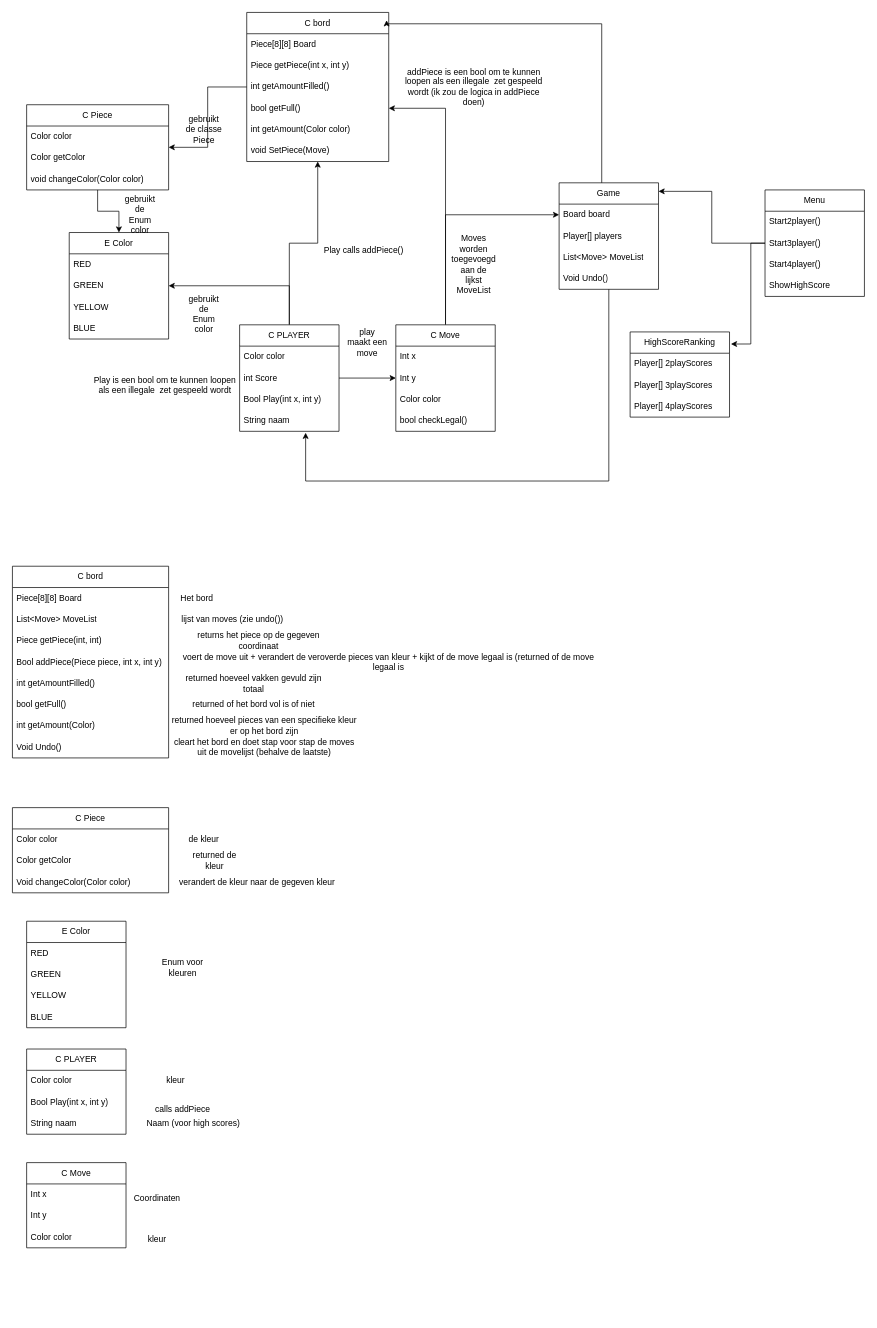
This is Diagram.drawio from kloktijd2/Project_Rollit, a draw.io file, before an edit. Source tidied: cells renumbered, new cells numbered last; positions are measured from the earlier drawing's top-left corner, leaving out a move shared by most shapes. Both pictures are drawn from the tidied source at 71%, with x=0, y=0 at pixel (12, 12).
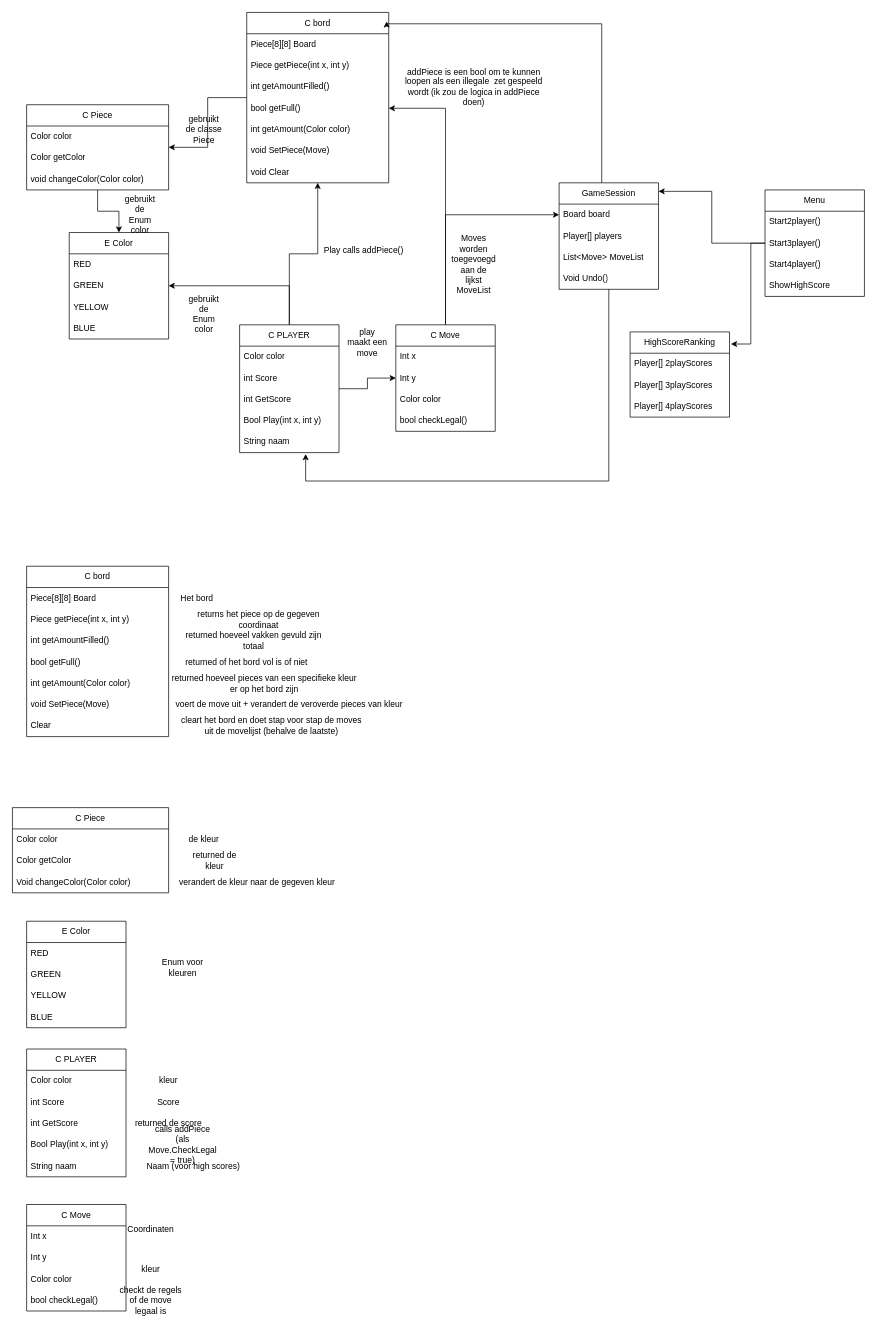
The same page after the edit.

Commit message:
Diagram.drawio bijwerken (nog voor peer tutoring)

What changed in the source:
```diff
@@
     <mxCell id="3" value="C bord" style="swimlane;fontStyle=0;horizontal=1;startSize=30;whiteSpace=wrap;html=1;" parent="1" vertex="1">
-      <mxGeometry x="330" width="200" height="210" as="geometry" />
+      <mxGeometry x="330" width="200" height="240" as="geometry" />
     </mxCell>
@@
+    <mxCell id="103" value="void Clear" style="text;strokeColor=none;fillColor=none;align=left;verticalAlign=middle;spacingLeft=4;spacingRight=4;overflow=hidden;whiteSpace=wrap;html=1;" parent="3" vertex="1">
+      <mxGeometry y="210" width="200" height="30" as="geometry" />
+    </mxCell>
@@
     <mxCell id="23" value="C PLAYER" style="swimlane;fontStyle=0;horizontal=1;startSize=30;whiteSpace=wrap;html=1;" parent="1" vertex="1">
-      <mxGeometry x="320" y="440" width="140" height="150" as="geometry" />
+      <mxGeometry x="320" y="440" width="140" height="180" as="geometry" />
     </mxCell>
@@
+    <mxCell id="104" value="int GetScore" style="text;strokeColor=none;fillColor=none;align=left;verticalAlign=middle;spacingLeft=4;spacingRight=4;overflow=hidden;whiteSpace=wrap;html=1;" parent="23" vertex="1">
+      <mxGeometry y="90" width="140" height="30" as="geometry" />
+    </mxCell>
     <mxCell id="26" value="Bool Play(int x, int y)" style="text;strokeColor=none;fillColor=none;align=left;verticalAlign=middle;spacingLeft=4;spacingRight=4;overflow=hidden;whiteSpace=wrap;html=1;" parent="23" vertex="1">
-      <mxGeometry y="90" width="140" height="30" as="geometry" />
+      <mxGeometry y="120" width="140" height="30" as="geometry" />
     </mxCell>
     <mxCell id="27" value="String naam" style="text;strokeColor=none;fillColor=none;align=left;verticalAlign=middle;spacingLeft=4;spacingRight=4;overflow=hidden;points=[[0,0.5],[1,0.5]];portConstraint=eastwest;whiteSpace=wrap;html=1;" parent="23" vertex="1">
-      <mxGeometry y="120" width="140" height="30" as="geometry" />
+      <mxGeometry y="150" width="140" height="30" as="geometry" />
     </mxCell>
-    <mxCell id="28" value="Play is een bool om te kunnen loopen als een illegale&amp;nbsp; zet gespeeld wordt" style="text;html=1;align=center;verticalAlign=middle;whiteSpace=wrap;rounded=0;" parent="1" vertex="1">
-      <mxGeometry x="110" y="510" width="210" height="30" as="geometry" />
-    </mxCell>
@@
-    <mxCell id="43" value="C bord" style="swimlane;fontStyle=0;horizontal=1;startSize=30;whiteSpace=wrap;html=1;" parent="1" vertex="1">
-      <mxGeometry y="780" width="220" height="270" as="geometry" />
-    </mxCell>
-    <mxCell id="44" value="Piece[8][8] Board" style="text;strokeColor=none;fillColor=none;align=left;verticalAlign=middle;spacingLeft=4;spacingRight=4;overflow=hidden;whiteSpace=wrap;html=1;" parent="43" vertex="1">
-      <mxGeometry y="30" width="220" height="30" as="geometry" />
-    </mxCell>
-    <mxCell id="45" value="List&amp;lt;Move&amp;gt; MoveList" style="text;strokeColor=none;fillColor=none;align=left;verticalAlign=middle;spacingLeft=4;spacingRight=4;overflow=hidden;whiteSpace=wrap;html=1;" parent="43" vertex="1">
-      <mxGeometry y="60" width="220" height="30" as="geometry" />
-    </mxCell>
-    <mxCell id="46" value="Piece getPiece(int, int)" style="text;strokeColor=none;fillColor=none;align=left;verticalAlign=middle;spacingLeft=4;spacingRight=4;overflow=hidden;whiteSpace=wrap;html=1;" parent="43" vertex="1">
-      <mxGeometry y="90" width="220" height="30" as="geometry" />
-    </mxCell>
-    <mxCell id="47" value="Bool addPiece(Piece piece, int x, int y)" style="text;strokeColor=none;fillColor=none;align=left;verticalAlign=middle;spacingLeft=4;spacingRight=4;overflow=hidden;whiteSpace=wrap;html=1;" parent="43" vertex="1">
-      <mxGeometry y="120" width="220" height="30" as="geometry" />
-    </mxCell>
-    <mxCell id="48" value="int getAmountFilled()" style="text;strokeColor=none;fillColor=none;align=left;verticalAlign=middle;spacingLeft=4;spacingRight=4;overflow=hidden;whiteSpace=wrap;html=1;" parent="43" vertex="1">
-      <mxGeometry y="150" width="220" height="30" as="geometry" />
-    </mxCell>
-    <mxCell id="49" value="bool getFull()" style="text;strokeColor=none;fillColor=none;align=left;verticalAlign=middle;spacingLeft=4;spacingRight=4;overflow=hidden;whiteSpace=wrap;html=1;" parent="43" vertex="1">
-      <mxGeometry y="180" width="220" height="30" as="geometry" />
-    </mxCell>
-    <mxCell id="50" value="int getAmount(Color)" style="text;strokeColor=none;fillColor=none;align=left;verticalAlign=middle;spacingLeft=4;spacingRight=4;overflow=hidden;whiteSpace=wrap;html=1;" parent="43" vertex="1">
-      <mxGeometry y="210" width="220" height="30" as="geometry" />
-    </mxCell>
-    <mxCell id="51" value="Void Undo()" style="text;strokeColor=none;fillColor=none;align=left;verticalAlign=middle;spacingLeft=4;spacingRight=4;overflow=hidden;whiteSpace=wrap;html=1;" parent="43" vertex="1">
-      <mxGeometry y="240" width="220" height="30" as="geometry" />
-    </mxCell>
@@
-    <mxCell id="53" value="lijst van moves (zie undo())" style="text;html=1;align=center;verticalAlign=middle;whiteSpace=wrap;rounded=0;" parent="1" vertex="1">
-      <mxGeometry x="230" y="840" width="160" height="30" as="geometry" />
-    </mxCell>
     <mxCell id="54" value="returns het piece op de gegeven coordinaat" style="text;html=1;align=center;verticalAlign=middle;whiteSpace=wrap;rounded=0;" parent="1" vertex="1">
-      <mxGeometry x="234" y="870" width="226" height="30" as="geometry" />
+      <mxGeometry x="234" y="840" width="226" height="30" as="geometry" />
     </mxCell>
-    <mxCell id="55" value="voert de move uit + verandert de veroverde pieces van kleur + kijkt of de move legaal is (returned of de move legaal is" style="text;html=1;align=center;verticalAlign=middle;whiteSpace=wrap;rounded=0;" parent="1" vertex="1">
-      <mxGeometry x="230" y="900" width="600" height="30" as="geometry" />
+    <mxCell id="55" value="voert de move uit + verandert de veroverde pieces van kleur" style="text;html=1;align=center;verticalAlign=middle;whiteSpace=wrap;rounded=0;" parent="1" vertex="1">
+      <mxGeometry x="220" y="960" width="340" height="30" as="geometry" />
     </mxCell>
     <mxCell id="56" value="returned hoeveel vakken gevuld zijn totaal" style="text;html=1;align=center;verticalAlign=middle;whiteSpace=wrap;rounded=0;" parent="1" vertex="1">
-      <mxGeometry x="230" y="930" width="220" height="30" as="geometry" />
+      <mxGeometry x="230" y="870" width="220" height="30" as="geometry" />
     </mxCell>
     <mxCell id="57" value="returned of het bord vol is of niet" style="text;html=1;align=center;verticalAlign=middle;whiteSpace=wrap;rounded=0;" parent="1" vertex="1">
-      <mxGeometry x="230" y="960" width="220" height="30" as="geometry" />
+      <mxGeometry x="220" y="900" width="220" height="30" as="geometry" />
     </mxCell>
     <mxCell id="58" value="returned hoeveel pieces van een specifieke kleur er op het bord zijn" style="text;html=1;align=center;verticalAlign=middle;whiteSpace=wrap;rounded=0;" parent="1" vertex="1">
-      <mxGeometry x="220" y="990" width="270" height="30" as="geometry" />
+      <mxGeometry x="220" y="930" width="270" height="30" as="geometry" />
     </mxCell>
     <mxCell id="59" value="cleart het bord en doet stap voor stap de moves uit de movelijst (behalve de laatste)" style="text;html=1;align=center;verticalAlign=middle;whiteSpace=wrap;rounded=0;" parent="1" vertex="1">
-      <mxGeometry x="220" y="1020" width="270" height="30" as="geometry" />
+      <mxGeometry x="230" y="990" width="270" height="30" as="geometry" />
     </mxCell>
@@
     <mxCell id="73" value="C PLAYER" style="swimlane;fontStyle=0;horizontal=1;startSize=30;whiteSpace=wrap;html=1;" parent="1" vertex="1">
-      <mxGeometry x="20" y="1460" width="140" height="120" as="geometry" />
+      <mxGeometry x="20" y="1460" width="140" height="180" as="geometry" />
     </mxCell>
@@
+    <mxCell id="105" value="&lt;div&gt;int Score&lt;/div&gt;" style="text;strokeColor=none;fillColor=none;align=left;verticalAlign=middle;spacingLeft=4;spacingRight=4;overflow=hidden;whiteSpace=wrap;html=1;" parent="73" vertex="1">
+      <mxGeometry y="60" width="140" height="30" as="geometry" />
+    </mxCell>
+    <mxCell id="106" value="int GetScore" style="text;strokeColor=none;fillColor=none;align=left;verticalAlign=middle;spacingLeft=4;spacingRight=4;overflow=hidden;whiteSpace=wrap;html=1;" parent="73" vertex="1">
+      <mxGeometry y="90" width="140" height="30" as="geometry" />
+    </mxCell>
     <mxCell id="75" value="Bool Play(int x, int y)" style="text;strokeColor=none;fillColor=none;align=left;verticalAlign=middle;spacingLeft=4;spacingRight=4;overflow=hidden;whiteSpace=wrap;html=1;" parent="73" vertex="1">
-      <mxGeometry y="60" width="140" height="30" as="geometry" />
+      <mxGeometry y="120" width="140" height="30" as="geometry" />
     </mxCell>
     <mxCell id="76" value="String naam" style="text;strokeColor=none;fillColor=none;align=left;verticalAlign=middle;spacingLeft=4;spacingRight=4;overflow=hidden;whiteSpace=wrap;html=1;" parent="73" vertex="1">
-      <mxGeometry y="90" width="140" height="30" as="geometry" />
+      <mxGeometry y="150" width="140" height="30" as="geometry" />
     </mxCell>
-    <mxCell id="77" value="kleur" style="text;html=1;align=center;verticalAlign=middle;whiteSpace=wrap;rounded=0;" parent="1" vertex="1">
-      <mxGeometry x="180" y="1490" width="100" height="30" as="geometry" />
+    <mxCell id="77" value="&lt;div&gt;kleur&lt;/div&gt;" style="text;html=1;align=center;verticalAlign=middle;whiteSpace=wrap;rounded=0;" parent="1" vertex="1">
+      <mxGeometry x="170" y="1490" width="100" height="30" as="geometry" />
     </mxCell>
     <mxCell id="78" value="Naam (voor high scores)" style="text;html=1;align=center;verticalAlign=middle;whiteSpace=wrap;rounded=0;" parent="1" vertex="1">
-      <mxGeometry x="180" y="1550" width="150" height="30" as="geometry" />
+      <mxGeometry x="180" y="1610" width="150" height="30" as="geometry" />
     </mxCell>
-    <mxCell id="79" value="calls addPiece" style="text;html=1;align=center;verticalAlign=middle;whiteSpace=wrap;rounded=0;" parent="1" vertex="1">
-      <mxGeometry x="190" y="1530" width="100" height="30" as="geometry" />
+    <mxCell id="79" value="calls addPiece (als Move.CheckLegal = true)" style="text;html=1;align=center;verticalAlign=middle;whiteSpace=wrap;rounded=0;" parent="1" vertex="1">
+      <mxGeometry x="190" y="1580" width="100" height="30" as="geometry" />
     </mxCell>
-    <mxCell id="80" value="C Move" style="swimlane;fontStyle=0;horizontal=1;startSize=30;whiteSpace=wrap;html=1;" parent="1" vertex="1">
-      <mxGeometry x="20" y="1620" width="140" height="120" as="geometry" />
-    </mxCell>
-    <mxCell id="81" value="Int x" style="text;strokeColor=none;fillColor=none;align=left;verticalAlign=middle;spacingLeft=4;spacingRight=4;overflow=hidden;whiteSpace=wrap;html=1;" parent="80" vertex="1">
-      <mxGeometry y="30" width="140" height="30" as="geometry" />
-    </mxCell>
-    <mxCell id="82" value="Int y" style="text;strokeColor=none;fillColor=none;align=left;verticalAlign=middle;spacingLeft=4;spacingRight=4;overflow=hidden;whiteSpace=wrap;html=1;" parent="80" vertex="1">
-      <mxGeometry y="60" width="140" height="30" as="geometry" />
-    </mxCell>
-    <mxCell id="83" value="Color color" style="text;strokeColor=none;fillColor=none;align=left;verticalAlign=middle;spacingLeft=4;spacingRight=4;overflow=hidden;whiteSpace=wrap;html=1;" parent="80" vertex="1">
-      <mxGeometry y="90" width="140" height="30" as="geometry" />
-    </mxCell>
-    <mxCell id="84" value="&lt;div&gt;Coordinaten&lt;/div&gt;&lt;div&gt;&lt;br&gt;&lt;/div&gt;&lt;div&gt;&lt;br&gt;&lt;/div&gt;&lt;div&gt;&lt;br&gt;&lt;/div&gt;&lt;div&gt;kleur&lt;br&gt;&lt;/div&gt;&lt;div&gt;&lt;br&gt;&lt;/div&gt;" style="text;html=1;align=center;verticalAlign=middle;whiteSpace=wrap;rounded=0;" parent="1" vertex="1">
-      <mxGeometry x="159" y="1661" width="90" height="90" as="geometry" />
+    <mxCell id="84" value="&lt;div&gt;Coordinaten&lt;/div&gt;&lt;div&gt;&lt;br&gt;&lt;/div&gt;&lt;div&gt;&lt;br&gt;&lt;/div&gt;&lt;div&gt;&lt;br&gt;&lt;/div&gt;&lt;div&gt;kleur&lt;br&gt;&lt;/div&gt;&lt;div&gt;&lt;br&gt;&lt;/div&gt;checkt de regels of de move legaal is" style="text;html=1;align=center;verticalAlign=middle;whiteSpace=wrap;rounded=0;" parent="1" vertex="1">
+      <mxGeometry x="150" y="1711" width="90" height="119" as="geometry" />
     </mxCell>
-    <mxCell id="85" value="Game" style="swimlane;fontStyle=0;horizontal=1;startSize=30;whiteSpace=wrap;html=1;" parent="1" vertex="1">
+    <mxCell id="85" value="GameSession" style="swimlane;fontStyle=0;horizontal=1;startSize=30;whiteSpace=wrap;html=1;" parent="1" vertex="1">
       <mxGeometry x="770" y="240" width="140" height="150" as="geometry" />
     </mxCell>
@@
+    <mxCell id="43" value="C bord" style="swimlane;fontStyle=0;horizontal=1;startSize=30;whiteSpace=wrap;html=1;" parent="1" vertex="1">
+      <mxGeometry x="20" y="780" width="200" height="240" as="geometry" />
+    </mxCell>
+    <mxCell id="44" value="Piece[8][8] Board" style="text;strokeColor=none;fillColor=none;align=left;verticalAlign=middle;spacingLeft=4;spacingRight=4;overflow=hidden;whiteSpace=wrap;html=1;" parent="43" vertex="1">
+      <mxGeometry y="30" width="200" height="30" as="geometry" />
+    </mxCell>
+    <mxCell id="107" value="Piece getPiece(int x, int y)" style="text;strokeColor=none;fillColor=none;align=left;verticalAlign=middle;spacingLeft=4;spacingRight=4;overflow=hidden;whiteSpace=wrap;html=1;" parent="43" vertex="1">
+      <mxGeometry y="60" width="200" height="30" as="geometry" />
+    </mxCell>
+    <mxCell id="48" value="int getAmountFilled()" style="text;strokeColor=none;fillColor=none;align=left;verticalAlign=middle;spacingLeft=4;spacingRight=4;overflow=hidden;whiteSpace=wrap;html=1;" parent="43" vertex="1">
+      <mxGeometry y="90" width="200" height="30" as="geometry" />
+    </mxCell>
+    <mxCell id="49" value="bool getFull()" style="text;strokeColor=none;fillColor=none;align=left;verticalAlign=middle;spacingLeft=4;spacingRight=4;overflow=hidden;whiteSpace=wrap;html=1;" parent="43" vertex="1">
+      <mxGeometry y="120" width="200" height="30" as="geometry" />
+    </mxCell>
+    <mxCell id="108" value="int getAmount(Color color)" style="text;strokeColor=none;fillColor=none;align=left;verticalAlign=middle;spacingLeft=4;spacingRight=4;overflow=hidden;whiteSpace=wrap;html=1;" parent="43" vertex="1">
+      <mxGeometry y="150" width="200" height="30" as="geometry" />
+    </mxCell>
+    <mxCell id="109" value="&lt;div&gt;void SetPiece(Move)&lt;/div&gt;" style="text;strokeColor=none;fillColor=none;align=left;verticalAlign=middle;spacingLeft=4;spacingRight=4;overflow=hidden;whiteSpace=wrap;html=1;" parent="43" vertex="1">
+      <mxGeometry y="180" width="200" height="30" as="geometry" />
+    </mxCell>
+    <mxCell id="110" value="Clear" style="text;strokeColor=none;fillColor=none;align=left;verticalAlign=middle;spacingLeft=4;spacingRight=4;overflow=hidden;whiteSpace=wrap;html=1;" parent="43" vertex="1">
+      <mxGeometry y="210" width="200" height="30" as="geometry" />
+    </mxCell>
+    <mxCell id="111" value="Score" style="text;html=1;align=center;verticalAlign=middle;whiteSpace=wrap;rounded=0;" parent="1" vertex="1">
+      <mxGeometry x="170" y="1520" width="100" height="30" as="geometry" />
+    </mxCell>
+    <mxCell id="112" value="returned de score" style="text;html=1;align=center;verticalAlign=middle;whiteSpace=wrap;rounded=0;" parent="1" vertex="1">
+      <mxGeometry x="170" y="1550" width="100" height="30" as="geometry" />
+    </mxCell>
+    <mxCell id="80" value="C Move" style="swimlane;fontStyle=0;horizontal=1;startSize=30;whiteSpace=wrap;html=1;" parent="1" vertex="1">
+      <mxGeometry x="20" y="1679" width="140" height="150" as="geometry" />
+    </mxCell>
+    <mxCell id="81" value="Int x" style="text;strokeColor=none;fillColor=none;align=left;verticalAlign=middle;spacingLeft=4;spacingRight=4;overflow=hidden;whiteSpace=wrap;html=1;" parent="80" vertex="1">
+      <mxGeometry y="30" width="140" height="30" as="geometry" />
+    </mxCell>
+    <mxCell id="82" value="Int y" style="text;strokeColor=none;fillColor=none;align=left;verticalAlign=middle;spacingLeft=4;spacingRight=4;overflow=hidden;whiteSpace=wrap;html=1;" parent="80" vertex="1">
+      <mxGeometry y="60" width="140" height="30" as="geometry" />
+    </mxCell>
+    <mxCell id="83" value="Color color" style="text;strokeColor=none;fillColor=none;align=left;verticalAlign=middle;spacingLeft=4;spacingRight=4;overflow=hidden;whiteSpace=wrap;html=1;" parent="80" vertex="1">
+      <mxGeometry y="90" width="140" height="30" as="geometry" />
+    </mxCell>
+    <mxCell id="113" value="bool checkLegal()" style="text;strokeColor=none;fillColor=none;align=left;verticalAlign=middle;spacingLeft=4;spacingRight=4;overflow=hidden;whiteSpace=wrap;html=1;" parent="80" vertex="1">
+      <mxGeometry y="120" width="140" height="30" as="geometry" />
+    </mxCell>
```
